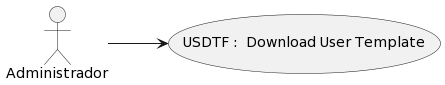
Earlier version of the PlantUML export docs/developer_guide/diagrams/uc/uc_png/FL_ADMIN_USDTF.png (sdmunozo/dev4urest).
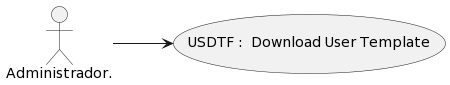
The same diagram one commit later.

What changed in the source:
```diff
@@ -2,5 +2,5 @@
 left to right direction
 
     usecase "USDTF :  Download User Template" as UserCase
-    "Administrador" --> UserCase
+    "Administrador." --> UserCase
 @enduml
```
